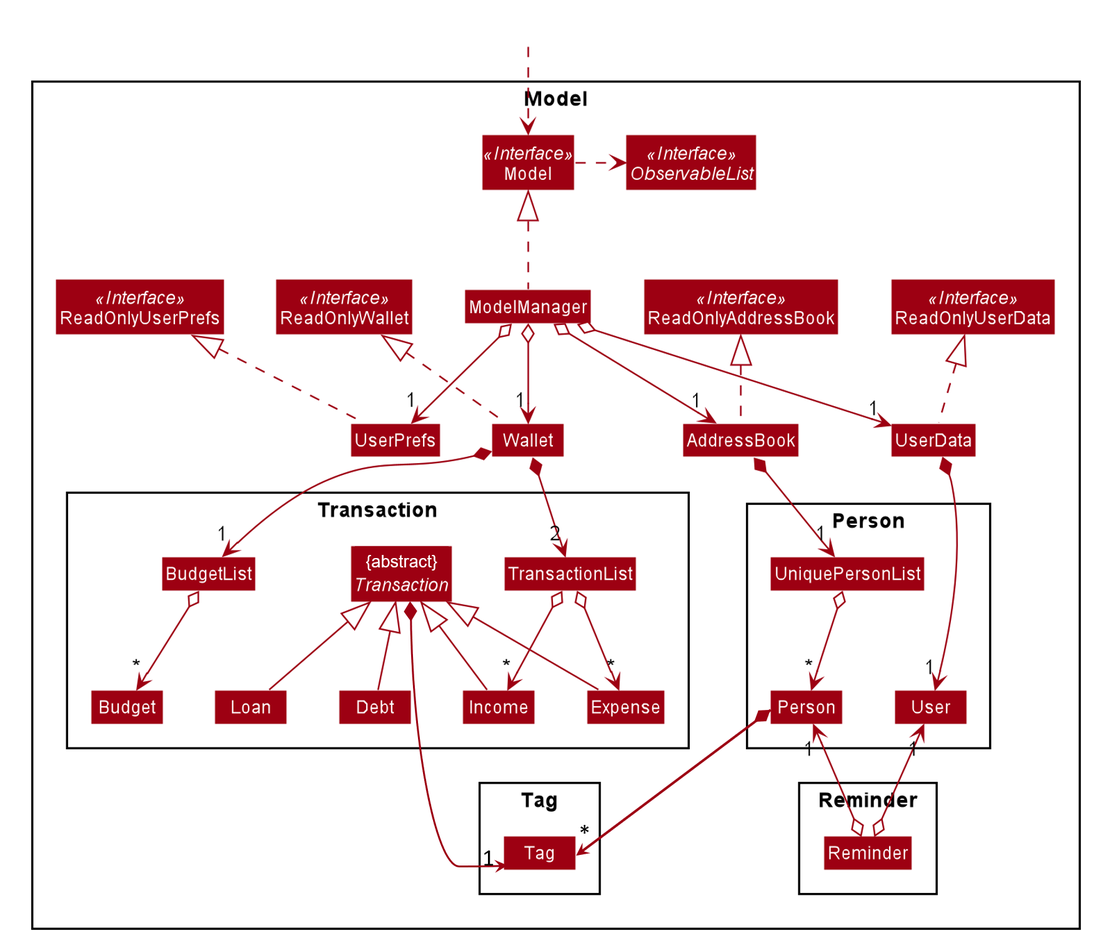
Before: docs/images/ModelClassDiagram.png, a diagram exported from PlantUML (syinyichen/main). Its source is kept beside it as docs/diagrams/ModelClassDiagram.puml.
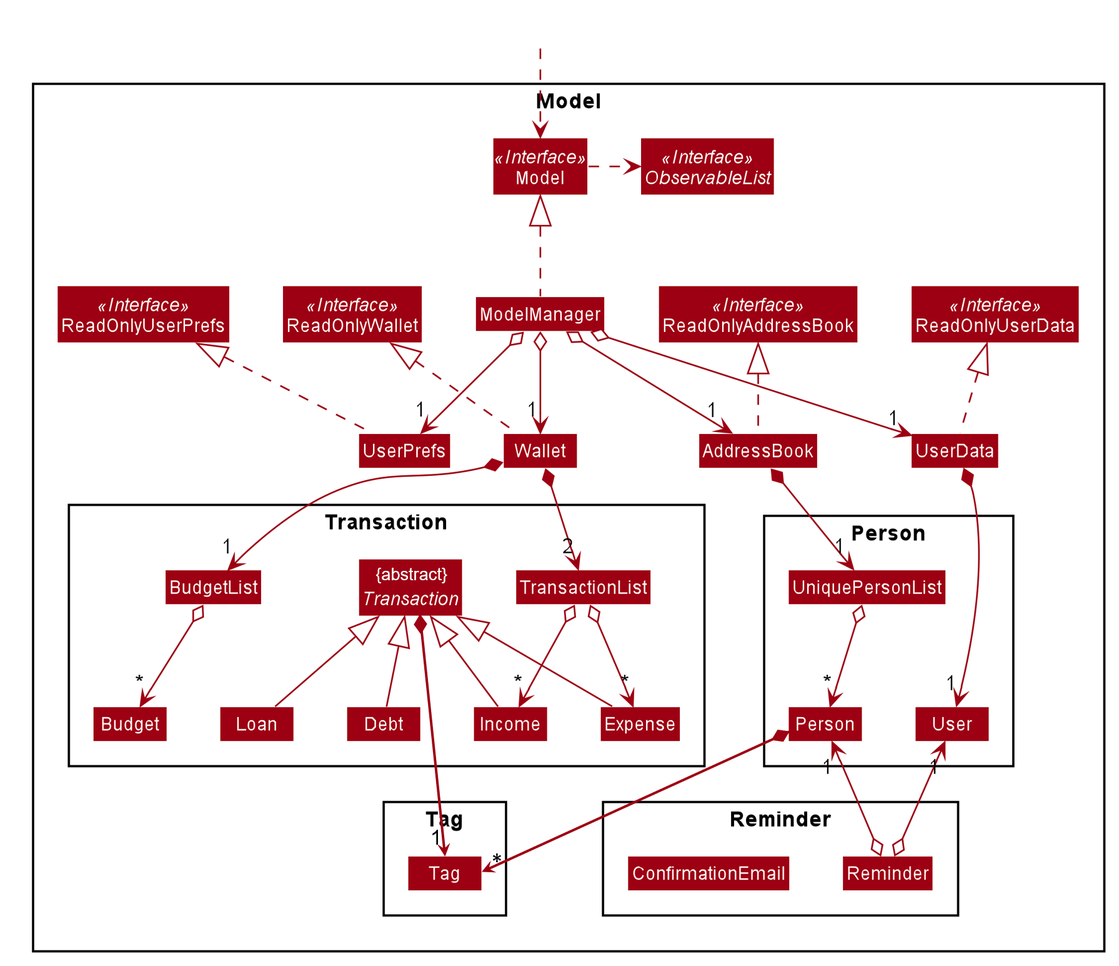
Above is the later version.

The edit, as a diff of the source:
```diff
@@ -41,6 +41,7 @@
 
 Package Reminder {
 Class Reminder
+Class ConfirmationEmail
 }
 
 Package Tag {
```
